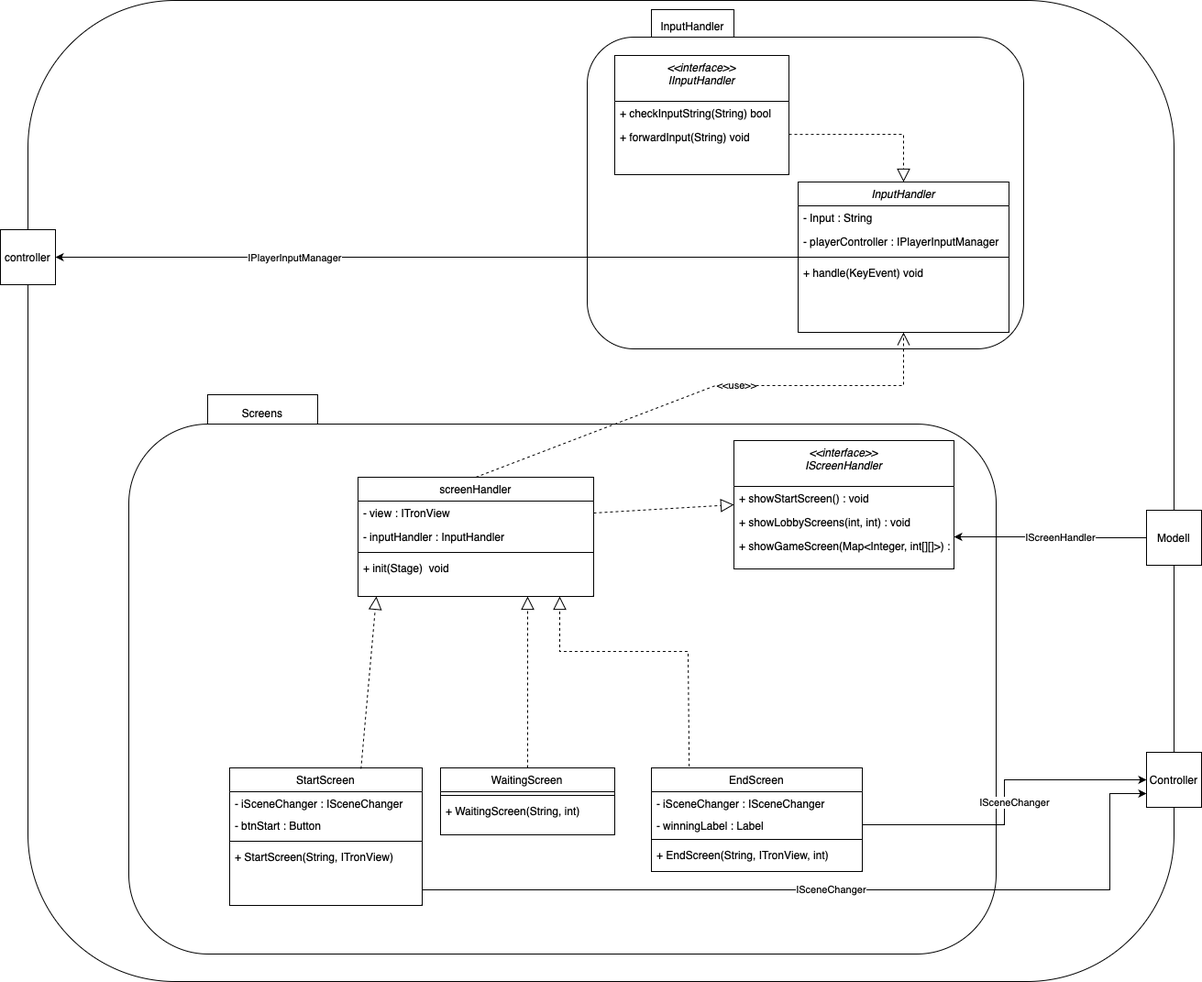
PrismFox/tron-game keeps this draw.io diagram as doku-game/view-ClassDiagramm.drawio.png. Above is the earlier version. Source tidied: cells renumbered, new cells last; positions are measured from the earlier drawing's top-left corner, leaving out a move shared by most shapes.
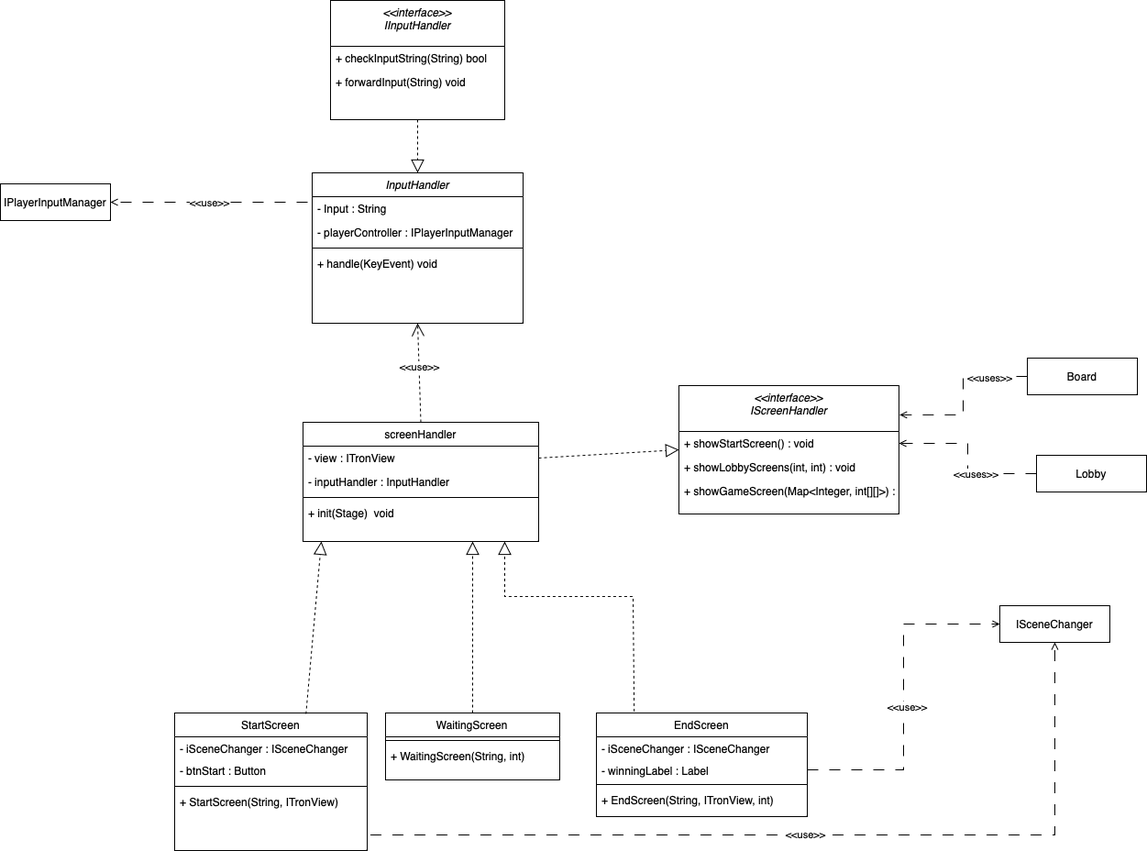
After the change.

The edit, as a diff of the source:
```diff
@@ -2,39 +2,21 @@
   <root>
     <mxCell id="0" />
     <mxCell id="1" parent="0" />
-    <mxCell id="2" value="View" style="rounded=1;whiteSpace=wrap;html=1;arcSize=0;" parent="1" vertex="1">
-      <mxGeometry x="210" y="60" width="90" height="36" as="geometry" />
-    </mxCell>
-    <mxCell id="3" style="rounded=1;whiteSpace=wrap;html=1;" parent="1" vertex="1">
-      <mxGeometry x="30" width="1250" height="1070" as="geometry" />
-    </mxCell>
-    <mxCell id="4" value="InputHandler" style="rounded=1;whiteSpace=wrap;html=1;arcSize=0;" parent="1" vertex="1">
-      <mxGeometry x="710" y="10" width="90" height="36" as="geometry" />
-    </mxCell>
-    <mxCell id="5" style="rounded=1;whiteSpace=wrap;html=1;" parent="1" vertex="1">
-      <mxGeometry x="640" y="40" width="476" height="340" as="geometry" />
-    </mxCell>
-    <mxCell id="6" value="Screens" style="rounded=1;whiteSpace=wrap;html=1;arcSize=0;" parent="1" vertex="1">
-      <mxGeometry x="226" y="430" width="120" height="40" as="geometry" />
-    </mxCell>
-    <mxCell id="7" style="rounded=1;whiteSpace=wrap;html=1;" parent="1" vertex="1">
-      <mxGeometry x="140" y="462" width="946" height="578" as="geometry" />
-    </mxCell>
-    <mxCell id="8" style="edgeStyle=orthogonalEdgeStyle;rounded=0;jettySize=auto;html=1;entryX=1;entryY=0.5;entryDx=0;entryDy=0;endArrow=classic;endFill=1;exitX=0;exitY=0.5;exitDx=0;exitDy=0;" parent="1" edge="1" source="14" target="28">
+    <mxCell id="8" style="edgeStyle=orthogonalEdgeStyle;rounded=0;jettySize=auto;html=1;entryX=1;entryY=0.5;entryDx=0;entryDy=0;endArrow=open;endFill=0;exitX=0;exitY=0.5;exitDx=0;exitDy=0;dashed=1;dashPattern=12 12;" parent="1" edge="1" source="14" target="60">
       <mxGeometry relative="1" as="geometry">
         <Array as="points">
-          <mxPoint x="450" y="280" />
-          <mxPoint x="450" y="280" />
+          <mxPoint x="400" y="280" />
+          <mxPoint x="180" y="280" />
         </Array>
       </mxGeometry>
     </mxCell>
-    <mxCell id="9" value="IPlayerInputManager" style="edgeLabel;html=1;align=center;verticalAlign=middle;" parent="8" vertex="1">
+    <mxCell id="9" value="&amp;lt;&amp;lt;use&amp;gt;&amp;gt;" style="edgeLabel;html=1;align=center;verticalAlign=middle;" parent="8" vertex="1">
       <mxGeometry x="0.43" relative="1" as="geometry">
         <mxPoint x="25" as="offset" />
       </mxGeometry>
     </mxCell>
     <mxCell id="10" value="InputHandler" style="swimlane;fontStyle=2;align=center;verticalAlign=top;horizontal=1;startSize=26;rounded=0;shadow=0;strokeWidth=1;" parent="1" vertex="1">
-      <mxGeometry x="870" y="198" width="230" height="164" as="geometry" />
+      <mxGeometry x="400" y="248" width="230" height="164" as="geometry" />
     </mxCell>
     <mxCell id="11" value="- Input : String" style="text;align=left;verticalAlign=top;spacingLeft=4;spacingRight=4;overflow=hidden;" parent="10" vertex="1">
       <mxGeometry y="26" width="230" height="26" as="geometry" />
@@ -87,9 +69,6 @@
     <mxCell id="27" value="+ EndScreen(String, ITronView, int)" style="text;align=left;verticalAlign=top;spacingLeft=4;spacingRight=4;overflow=hidden;" parent="23" vertex="1">
       <mxGeometry y="82" width="230" height="24" as="geometry" />
     </mxCell>
-    <mxCell id="28" value="controller" style="whiteSpace=wrap;html=1;" parent="1" vertex="1">
-      <mxGeometry y="250" width="60" height="60" as="geometry" />
-    </mxCell>
     <mxCell id="29" value="screenHandler" style="swimlane;fontStyle=0;align=center;verticalAlign=top;horizontal=1;startSize=26;rounded=0;shadow=0;strokeWidth=1;" parent="1" vertex="1">
       <mxGeometry x="390" y="520" width="257" height="130" as="geometry" />
     </mxCell>
@@ -105,17 +84,6 @@
     <mxCell id="33" value="+ init(Stage)  void" style="text;align=left;verticalAlign=top;spacingLeft=4;spacingRight=4;overflow=hidden;" parent="29" vertex="1">
       <mxGeometry y="86" width="257" height="26" as="geometry" />
     </mxCell>
-    <mxCell id="34" style="edgeStyle=orthogonalEdgeStyle;rounded=0;jettySize=auto;html=1;entryX=1;entryY=0.75;entryDx=0;entryDy=0;endArrow=classic;endFill=1;" parent="1" edge="1" source="36" target="37">
-      <mxGeometry relative="1" as="geometry" />
-    </mxCell>
-    <mxCell id="35" value="IScreenHandler" style="edgeLabel;html=1;align=center;verticalAlign=middle;" parent="34" vertex="1">
-      <mxGeometry relative="1" as="geometry">
-        <mxPoint x="10" y="-1" as="offset" />
-      </mxGeometry>
-    </mxCell>
-    <mxCell id="36" value="Modell" style="whiteSpace=wrap;html=1;" parent="1" vertex="1">
-      <mxGeometry x="1250" y="556" width="60" height="60" as="geometry" />
-    </mxCell>
     <mxCell id="37" value="&lt;&lt;interface&gt;&gt;&#10;IScreenHandler" style="swimlane;fontStyle=2;align=center;verticalAlign=top;horizontal=1;startSize=50;rounded=0;shadow=0;strokeWidth=1;" parent="1" vertex="1">
       <mxGeometry x="800" y="480" width="240" height="140" as="geometry" />
     </mxCell>
@@ -131,14 +99,9 @@
     <mxCell id="41" style="endArrow=block;dashed=1;endFill=0;endSize=12;html=1;rounded=0;exitX=1;exitY=0.5;exitDx=0;exitDy=0;entryX=0;entryY=0.5;entryDx=0;entryDy=0;" parent="1" edge="1" source="30" target="37">
       <mxGeometry relative="1" as="geometry" />
     </mxCell>
-    <mxCell id="42" value="&amp;lt;&amp;lt;use&amp;gt;&amp;gt;" style="endArrow=open;endSize=12;dashed=1;html=1;rounded=0;entryX=0.5;entryY=1;entryDx=0;entryDy=0;exitX=0.5;exitY=0;exitDx=0;exitDy=0;" parent="1" edge="1">
+    <mxCell id="42" value="&amp;lt;&amp;lt;use&amp;gt;&amp;gt;" style="endArrow=open;endSize=12;dashed=1;html=1;rounded=0;entryX=0.5;entryY=1;entryDx=0;entryDy=0;exitX=0.5;exitY=0;exitDx=0;exitDy=0;" parent="1" edge="1" target="10">
       <mxGeometry x="0.11" relative="1" as="geometry">
         <mxPoint x="518.5" y="520" as="sourcePoint" />
-        <mxPoint x="985" y="362" as="targetPoint" />
-        <Array as="points">
-          <mxPoint x="780" y="420" />
-          <mxPoint x="985" y="420" />
-        </Array>
       </mxGeometry>
     </mxCell>
     <mxCell id="43" style="endArrow=block;dashed=1;endFill=0;endSize=12;html=1;rounded=0;exitX=0.179;exitY=-0.014;exitDx=0;exitDy=0;exitPerimeter=0;" parent="1" edge="1" source="23">
@@ -160,33 +123,21 @@
         <mxPoint x="410" y="650" as="targetPoint" />
       </mxGeometry>
     </mxCell>
-    <mxCell id="46" value="Controller" style="whiteSpace=wrap;html=1;" parent="1" vertex="1">
-      <mxGeometry x="1250" y="820" width="60" height="60" as="geometry" />
-    </mxCell>
-    <mxCell id="47" style="edgeStyle=orthogonalEdgeStyle;rounded=0;jettySize=auto;html=1;entryX=0;entryY=0.5;entryDx=0;entryDy=0;endArrow=classic;endFill=1;exitX=1;exitY=0.5;exitDx=0;exitDy=0;" parent="1" edge="1" source="25" target="46">
-      <mxGeometry relative="1" as="geometry" />
-    </mxCell>
-    <mxCell id="48" value="ISceneChanger" style="edgeLabel;html=1;align=center;verticalAlign=middle;points=[];" parent="47" vertex="1">
-      <mxGeometry relative="1" as="geometry">
-        <mxPoint x="10" y="-1" as="offset" />
-      </mxGeometry>
-    </mxCell>
-    <mxCell id="49" style="edgeStyle=orthogonalEdgeStyle;rounded=0;jettySize=auto;html=1;entryX=0;entryY=0.75;entryDx=0;entryDy=0;endArrow=classic;endFill=1;exitX=1;exitY=0.75;exitDx=0;exitDy=0;" parent="1" edge="1" source="15" target="46">
+    <mxCell id="49" style="edgeStyle=orthogonalEdgeStyle;rounded=0;jettySize=auto;html=1;entryX=0.5;entryY=1;entryDx=0;entryDy=0;endArrow=open;endFill=0;exitX=1;exitY=0.75;exitDx=0;exitDy=0;dashed=1;dashPattern=12 12;" parent="1" edge="1" source="15" target="48">
       <mxGeometry relative="1" as="geometry">
         <Array as="points">
           <mxPoint x="460" y="970" />
           <mxPoint x="1210" y="970" />
-          <mxPoint x="1210" y="865" />
         </Array>
       </mxGeometry>
     </mxCell>
-    <mxCell id="50" value="ISceneChanger" style="edgeLabel;html=1;align=center;verticalAlign=middle;" parent="49" vertex="1">
+    <mxCell id="50" value="&amp;lt;&amp;lt;use&amp;gt;&amp;gt;" style="edgeLabel;html=1;align=center;verticalAlign=middle;" parent="49" vertex="1">
       <mxGeometry relative="1" as="geometry">
         <mxPoint x="10" y="-1" as="offset" />
       </mxGeometry>
     </mxCell>
     <mxCell id="51" value="&lt;&lt;interface&gt;&gt;&#10;IInputHandler" style="swimlane;fontStyle=2;align=center;verticalAlign=top;horizontal=1;startSize=50;rounded=0;shadow=0;strokeWidth=1;" parent="1" vertex="1">
-      <mxGeometry x="670" y="60" width="190" height="130" as="geometry" />
+      <mxGeometry x="420" y="60" width="190" height="130" as="geometry" />
     </mxCell>
     <mxCell id="52" value="+ checkInputString(String) bool" style="text;align=left;verticalAlign=top;spacingLeft=4;spacingRight=4;overflow=hidden;" parent="51" vertex="1">
       <mxGeometry y="50" width="190" height="26" as="geometry" />
@@ -194,12 +145,38 @@
     <mxCell id="53" value="+ forwardInput(String) void" style="text;align=left;verticalAlign=top;spacingLeft=4;spacingRight=4;overflow=hidden;points=[[0,0.5],[1,0.5]];portConstraint=eastwest;" parent="51" vertex="1">
       <mxGeometry y="76" width="190" height="26" as="geometry" />
     </mxCell>
-    <mxCell id="54" style="endArrow=block;dashed=1;endFill=0;endSize=12;html=1;rounded=0;exitX=1;exitY=0.39;exitDx=0;exitDy=0;exitPerimeter=0;entryX=0.5;entryY=0;entryDx=0;entryDy=0;" parent="1" edge="1" source="53" target="10">
-      <mxGeometry relative="1" as="geometry">
-        <Array as="points">
-          <mxPoint x="985" y="146" />
-        </Array>
-      </mxGeometry>
+    <mxCell id="54" style="endArrow=block;dashed=1;endFill=0;endSize=12;html=1;rounded=0;exitX=0.5;exitY=1;exitDx=0;exitDy=0;entryX=0.5;entryY=0;entryDx=0;entryDy=0;" parent="1" edge="1" source="51" target="10">
+      <mxGeometry relative="1" as="geometry" />
     </mxCell>
+    <mxCell id="48" value="ISceneChanger" style="rounded=0;whiteSpace=wrap;html=1;" parent="1" vertex="1">
+      <mxGeometry x="1150" y="720" width="120" height="40" as="geometry" />
+    </mxCell>
+    <mxCell id="55" style="edgeStyle=orthogonalEdgeStyle;rounded=0;jettySize=auto;html=1;entryX=0;entryY=0.5;entryDx=0;entryDy=0;dashed=1;dashPattern=12 12;endArrow=open;endFill=0;" parent="1" edge="1" source="25" target="48">
+      <mxGeometry relative="1" as="geometry" />
+    </mxCell>
+    <mxCell id="56" value="&amp;lt;&amp;lt;use&amp;gt;&amp;gt;" style="edgeLabel;html=1;align=center;verticalAlign=middle;" parent="55" vertex="1">
+      <mxGeometry x="-0.06" y="-3" relative="1" as="geometry" />
+    </mxCell>
+    <mxCell id="57" style="edgeStyle=orthogonalEdgeStyle;rounded=0;jettySize=auto;html=1;entryX=1.003;entryY=0.228;entryDx=0;entryDy=0;entryPerimeter=0;dashed=1;dashPattern=12 12;endArrow=open;endFill=0;" parent="1" edge="1" source="59" target="37">
+      <mxGeometry relative="1" as="geometry" />
+    </mxCell>
+    <mxCell id="58" value="&amp;lt;&amp;lt;uses&amp;gt;&amp;gt;" style="edgeLabel;html=1;align=center;verticalAlign=middle;" parent="57" vertex="1">
+      <mxGeometry x="-0.53" y="1" relative="1" as="geometry" />
+    </mxCell>
+    <mxCell id="59" value="Board" style="rounded=0;whiteSpace=wrap;html=1;" parent="1" vertex="1">
+      <mxGeometry x="1180" y="450" width="120" height="40" as="geometry" />
+    </mxCell>
+    <mxCell id="60" value="IPlayerInputManager" style="rounded=0;whiteSpace=wrap;html=1;" parent="1" vertex="1">
+      <mxGeometry x="60" y="260" width="120" height="40" as="geometry" />
+    </mxCell>
+    <mxCell id="61" style="edgeStyle=orthogonalEdgeStyle;rounded=0;jettySize=auto;html=1;dashed=1;dashPattern=12 12;endArrow=open;endFill=0;" parent="1" edge="1" source="63" target="38">
+      <mxGeometry relative="1" as="geometry" />
+    </mxCell>
+    <mxCell id="62" value="&amp;lt;&amp;lt;uses&amp;gt;&amp;gt;" style="edgeLabel;html=1;align=center;verticalAlign=middle;" parent="61" vertex="1">
+      <mxGeometry x="-0.27" relative="1" as="geometry" />
+    </mxCell>
+    <mxCell id="63" value="Lobby" style="rounded=0;whiteSpace=wrap;html=1;" parent="1" vertex="1">
+      <mxGeometry x="1190" y="556" width="120" height="40" as="geometry" />
+    </mxCell>
   </root>
 </mxGraphModel>
```
